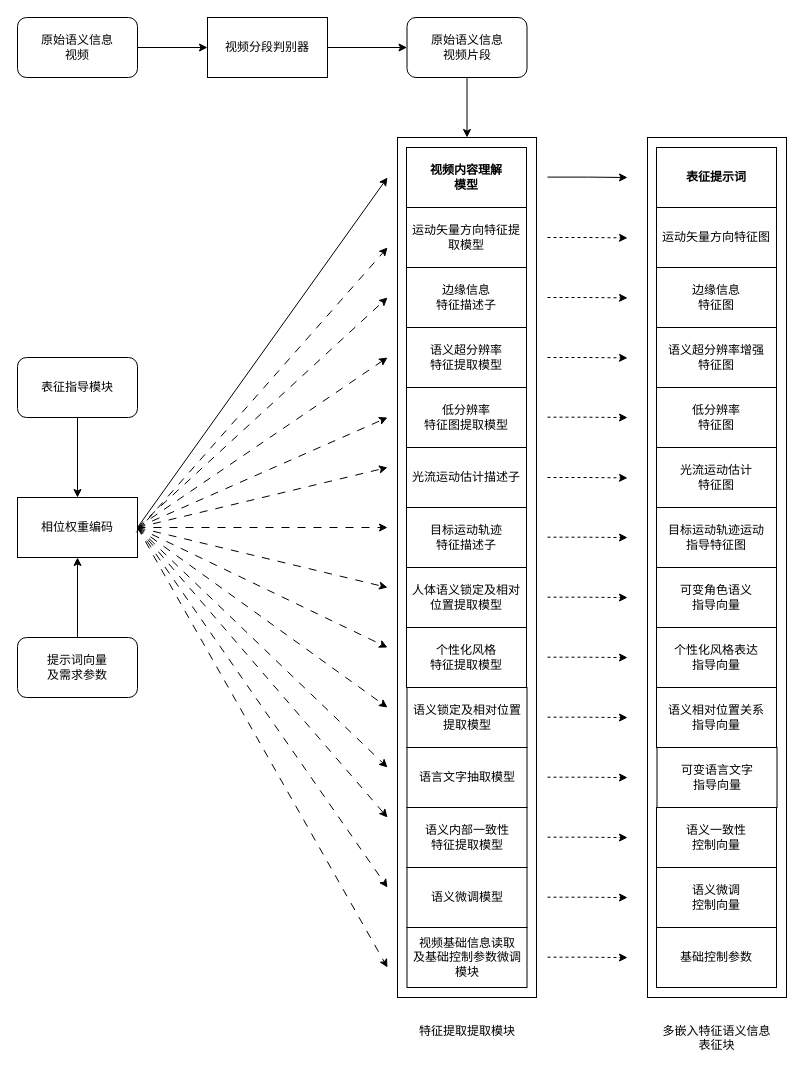
Before: 视频提取模块v2.drawio in hrf666666/FlowCharts, a draw.io diagram. Source tidied: cells renumbered, new cells numbered last; positions are measured from the earlier drawing's top-left corner, leaving out a move shared by most shapes. Both pictures are drawn from the tidied source at 100%, with x=0, y=0 at pixel (17, 17).
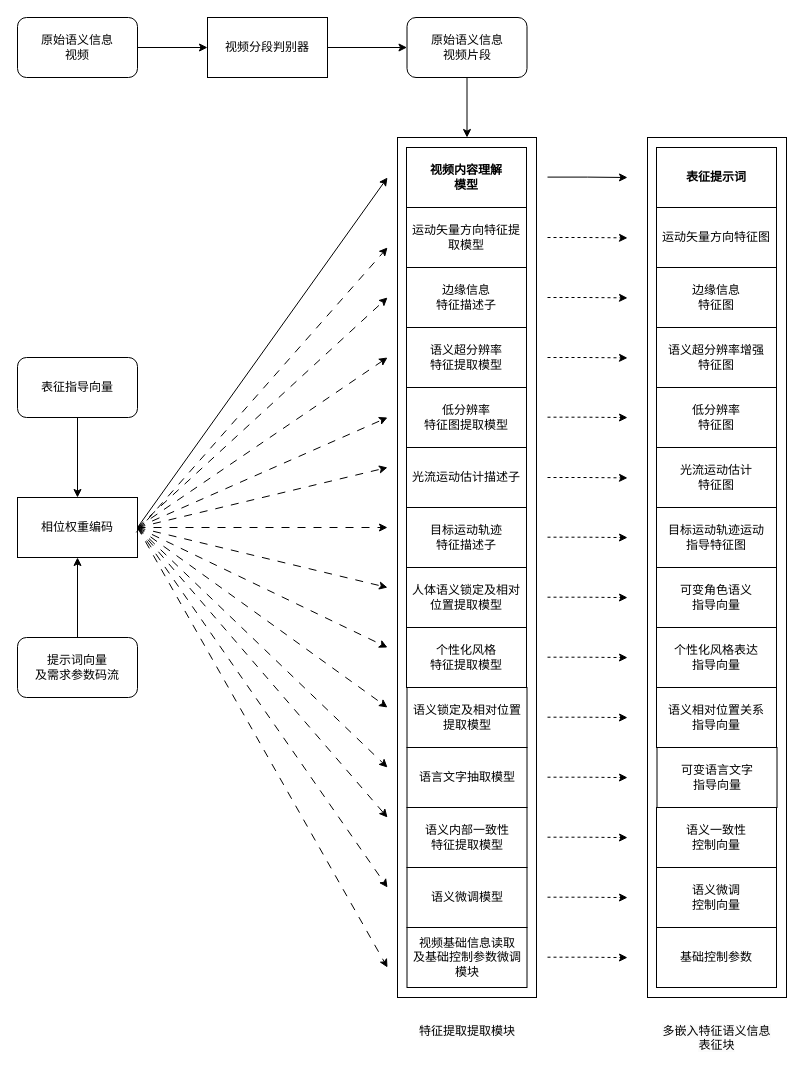
The same page after the edit.

Commit message:
更新视频提取模块v2.drawio

Diff of the diagram source:
```diff
@@
-    <mxCell id="2" value="提示词向量&lt;div&gt;及需求参数&lt;/div&gt;" style="rounded=1;whiteSpace=wrap;html=1;" parent="1" vertex="1">
+    <mxCell id="2" value="提示词向量&lt;div&gt;及需求参数码流&lt;/div&gt;" style="rounded=1;whiteSpace=wrap;html=1;" parent="1" vertex="1">
       <mxGeometry y="620" width="120" height="60" as="geometry" />
     </mxCell>
@@
-    <mxCell id="6" value="表征指导模块" style="rounded=1;whiteSpace=wrap;html=1;" parent="1" vertex="1">
+    <mxCell id="6" value="表征指导向量" style="rounded=1;whiteSpace=wrap;html=1;" parent="1" vertex="1">
       <mxGeometry y="340" width="120" height="60" as="geometry" />
     </mxCell>
```
